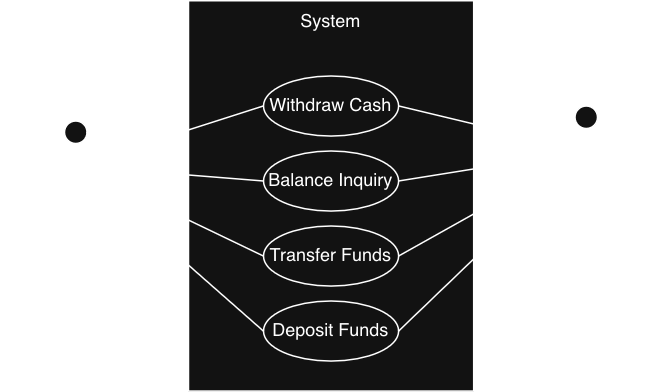
haietza/lecture-slides keeps this draw.io diagram as CS3667/imgs/use-case.png. Above is the earlier version. Source tidied: cells renumbered, new cells last; positions are measured from the earlier drawing's top-left corner, leaving out a move shared by most shapes. The source it was exported from:
```xml
<mxGraphModel>
  <root>
    <mxCell id="0" />
    <mxCell id="1" value="Use Case" parent="0" />
    <mxCell id="2" value="Bank" style="shape=umlActor;verticalLabelPosition=bottom;verticalAlign=top;html=1;" parent="1" vertex="1">
      <mxGeometry x="375" y="70" width="30" height="60" as="geometry" />
    </mxCell>
    <mxCell id="3" value="Customer" style="shape=umlActor;verticalLabelPosition=bottom;verticalAlign=top;html=1;" parent="1" vertex="1">
      <mxGeometry x="35" y="80" width="30" height="60" as="geometry" />
    </mxCell>
    <mxCell id="4" value="System" style="html=1;whiteSpace=wrap;verticalAlign=top;" parent="1" vertex="1">
      <mxGeometry x="125" width="190" height="260" as="geometry" />
    </mxCell>
    <mxCell id="5" value="Withdraw Cash" style="ellipse;whiteSpace=wrap;html=1;" parent="1" vertex="1">
      <mxGeometry x="175" y="50" width="90" height="40" as="geometry" />
    </mxCell>
    <mxCell id="6" value="&lt;div&gt;Balance Inquiry&lt;/div&gt;" style="ellipse;whiteSpace=wrap;html=1;" parent="1" vertex="1">
      <mxGeometry x="175" y="100" width="90" height="40" as="geometry" />
    </mxCell>
    <mxCell id="7" value="Transfer Funds" style="ellipse;whiteSpace=wrap;html=1;" parent="1" vertex="1">
      <mxGeometry x="175" y="150" width="90" height="40" as="geometry" />
    </mxCell>
    <mxCell id="8" style="endArrow=none;html=1;rounded=0;exitX=0.5;exitY=0.5;exitDx=0;exitDy=0;exitPerimeter=0;entryX=0;entryY=0.5;entryDx=0;entryDy=0;" parent="1" edge="1" source="3" target="5">
      <mxGeometry relative="1" as="geometry" />
    </mxCell>
    <mxCell id="9" style="endArrow=none;html=1;rounded=0;exitX=0.5;exitY=0.5;exitDx=0;exitDy=0;exitPerimeter=0;entryX=0;entryY=0.5;entryDx=0;entryDy=0;" parent="1" edge="1" source="3" target="6">
      <mxGeometry relative="1" as="geometry" />
    </mxCell>
    <mxCell id="10" style="endArrow=none;html=1;rounded=0;entryX=0;entryY=0.5;entryDx=0;entryDy=0;exitX=0.5;exitY=0.5;exitDx=0;exitDy=0;exitPerimeter=0;" parent="1" edge="1" source="3" target="7">
      <mxGeometry relative="1" as="geometry" />
    </mxCell>
    <mxCell id="11" style="endArrow=none;html=1;rounded=0;exitX=1;exitY=0.5;exitDx=0;exitDy=0;entryX=0.5;entryY=0.5;entryDx=0;entryDy=0;entryPerimeter=0;" parent="1" edge="1" source="6" target="2">
      <mxGeometry relative="1" as="geometry" />
    </mxCell>
    <mxCell id="12" style="endArrow=none;html=1;rounded=0;exitX=1;exitY=0.5;exitDx=0;exitDy=0;entryX=0.5;entryY=0.5;entryDx=0;entryDy=0;entryPerimeter=0;" parent="1" edge="1" source="7" target="2">
      <mxGeometry relative="1" as="geometry" />
    </mxCell>
    <mxCell id="13" value="Primary Actor" style="text;html=1;whiteSpace=wrap;strokeColor=none;fillColor=none;align=center;verticalAlign=middle;rounded=0;" parent="1" vertex="1">
      <mxGeometry y="30" width="100" height="30" as="geometry" />
    </mxCell>
    <mxCell id="14" value="Secondary Actor" style="text;html=1;whiteSpace=wrap;strokeColor=none;fillColor=none;align=center;verticalAlign=middle;rounded=0;" parent="1" vertex="1">
      <mxGeometry x="335" y="30" width="110" height="30" as="geometry" />
    </mxCell>
    <mxCell id="15" style="endArrow=none;html=1;rounded=0;exitX=1;exitY=0.5;exitDx=0;exitDy=0;" parent="1" edge="1">
      <mxGeometry relative="1" as="geometry">
        <mxPoint x="265" y="70" as="sourcePoint" />
        <mxPoint x="390" y="100" as="targetPoint" />
      </mxGeometry>
    </mxCell>
    <mxCell id="16" value="Deposit Funds" style="ellipse;whiteSpace=wrap;html=1;" parent="1" vertex="1">
      <mxGeometry x="175" y="200" width="90" height="40" as="geometry" />
    </mxCell>
    <mxCell id="17" style="endArrow=none;html=1;rounded=0;entryX=0;entryY=0.5;entryDx=0;entryDy=0;exitX=0.5;exitY=0.5;exitDx=0;exitDy=0;exitPerimeter=0;" parent="1" edge="1" source="3" target="16">
      <mxGeometry relative="1" as="geometry" />
    </mxCell>
    <mxCell id="18" style="endArrow=none;html=1;rounded=0;exitX=1;exitY=0.5;exitDx=0;exitDy=0;entryX=0.5;entryY=0.5;entryDx=0;entryDy=0;entryPerimeter=0;" parent="1" edge="1" source="16" target="2">
      <mxGeometry relative="1" as="geometry" />
    </mxCell>
  </root>
</mxGraphModel>
```
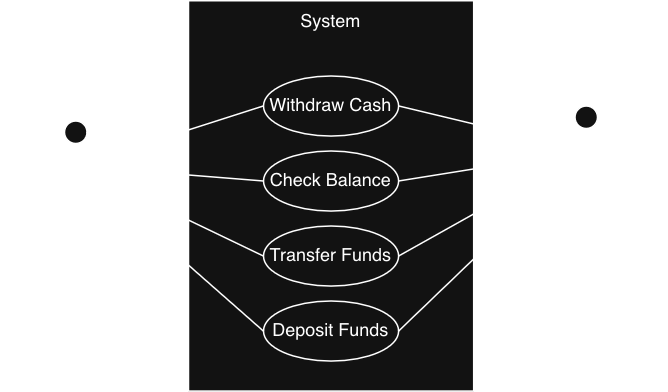
The same diagram one commit later.

Change to the diagram source:
```diff
@@ -14,7 +14,7 @@
     <mxCell id="5" value="Withdraw Cash" style="ellipse;whiteSpace=wrap;html=1;" parent="1" vertex="1">
       <mxGeometry x="175" y="50" width="90" height="40" as="geometry" />
     </mxCell>
-    <mxCell id="6" value="&lt;div&gt;Balance Inquiry&lt;/div&gt;" style="ellipse;whiteSpace=wrap;html=1;" parent="1" vertex="1">
+    <mxCell id="6" value="Check Balance" style="ellipse;whiteSpace=wrap;html=1;" parent="1" vertex="1">
       <mxGeometry x="175" y="100" width="90" height="40" as="geometry" />
     </mxCell>
     <mxCell id="7" value="Transfer Funds" style="ellipse;whiteSpace=wrap;html=1;" parent="1" vertex="1">
```
